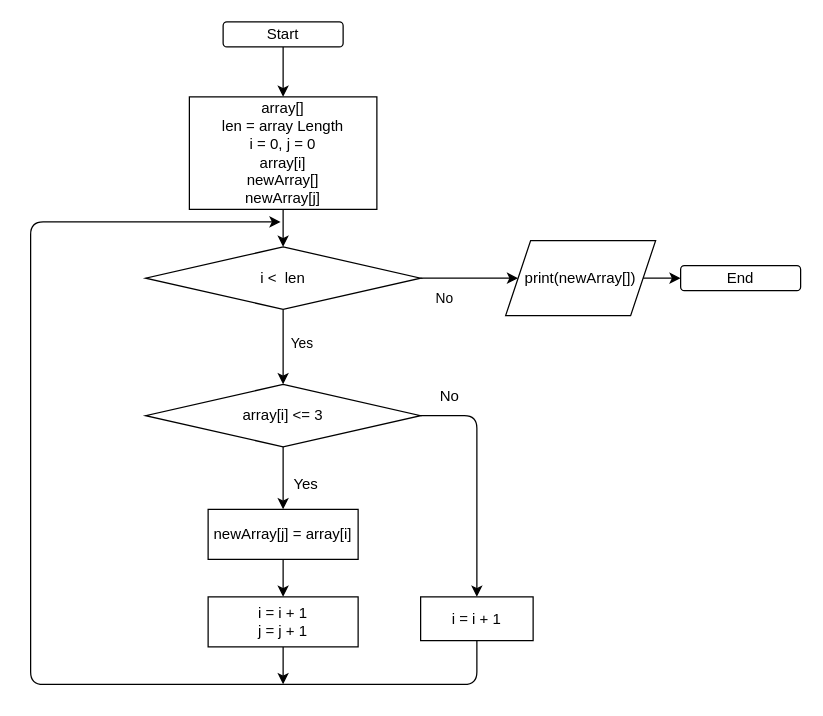
Earlier version of the draw.io diagram Test_01/test.drawio (NataliFA/TestOnSpecialization). Source tidied: cells renumbered, new cells numbered last; positions are measured from the earlier drawing's top-left corner, leaving out a move shared by most shapes. Both pictures are drawn from the tidied source at 125%, with x=0, y=0 at pixel (30, 21).
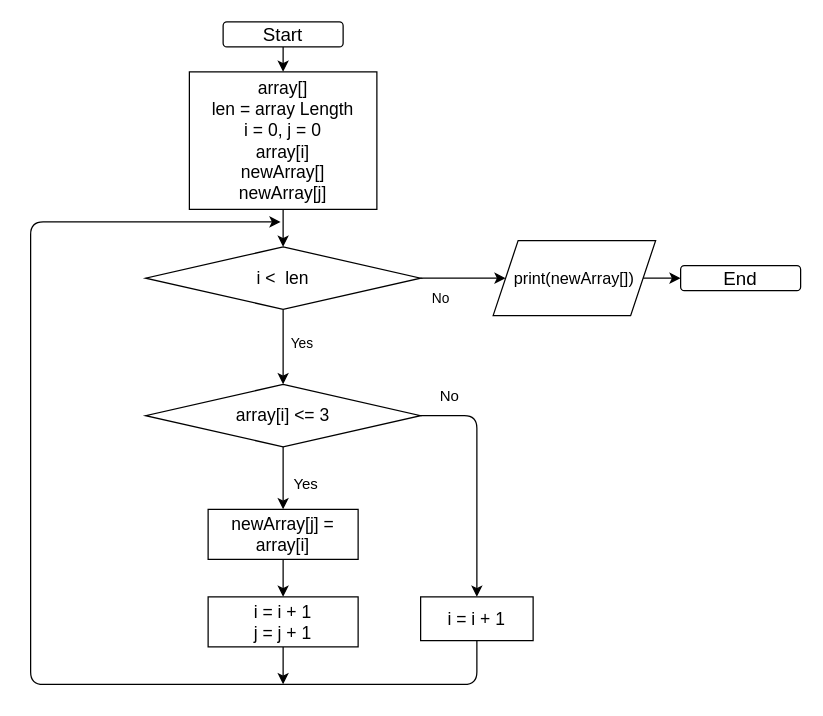
After the change.

The edit, as a diff of the source:
```diff
@@
-    <mxCell id="3" value="Start" style="rounded=1;whiteSpace=wrap;html=1;" parent="1" vertex="1">
+    <mxCell id="3" value="&lt;font style=&quot;font-size: 15px&quot;&gt;Start&lt;/font&gt;" style="rounded=1;whiteSpace=wrap;html=1;" parent="1" vertex="1">
       <mxGeometry x="154" width="96" height="20" as="geometry" />
     </mxCell>
-    <mxCell id="4" value="End" style="rounded=1;whiteSpace=wrap;html=1;" parent="1" vertex="1">
+    <mxCell id="4" value="&lt;font style=&quot;font-size: 15px&quot;&gt;End&lt;/font&gt;" style="rounded=1;whiteSpace=wrap;html=1;" parent="1" vertex="1">
       <mxGeometry x="520" y="195" width="96" height="20" as="geometry" />
     </mxCell>
@@
-    <mxCell id="6" value="array[]&lt;br&gt;len = array Length&lt;br&gt;i = 0, j&amp;nbsp;= 0&lt;br&gt;array[i]&lt;br&gt;newArray[]&lt;br&gt;newArray[j]" style="rounded=0;whiteSpace=wrap;html=1;" parent="1" vertex="1">
-      <mxGeometry x="127" y="60" width="150" height="90" as="geometry" />
+    <mxCell id="6" value="&lt;font style=&quot;font-size: 14px&quot;&gt;array[]&lt;br&gt;len = array Length&lt;br&gt;i = 0, j&amp;nbsp;= 0&lt;br&gt;array[i]&lt;br&gt;newArray[]&lt;br&gt;newArray[j]&lt;/font&gt;" style="rounded=0;whiteSpace=wrap;html=1;" parent="1" vertex="1">
+      <mxGeometry x="127" y="40" width="150" height="110" as="geometry" />
     </mxCell>
@@
-    <mxCell id="10" value="i &amp;lt;&amp;nbsp; len" style="rhombus;whiteSpace=wrap;html=1;rounded=0;" parent="1" vertex="1">
+    <mxCell id="10" value="&lt;font style=&quot;font-size: 14px&quot;&gt;i &amp;lt;&amp;nbsp; len&lt;/font&gt;" style="rhombus;whiteSpace=wrap;html=1;rounded=0;" parent="1" vertex="1">
       <mxGeometry x="92" y="180" width="220" height="50" as="geometry" />
     </mxCell>
@@
-    <mxCell id="13" value="array[i] &amp;lt;= 3" style="rhombus;whiteSpace=wrap;html=1;rounded=0;" parent="1" vertex="1">
+    <mxCell id="13" value="&lt;font style=&quot;font-size: 14px&quot;&gt;array[i] &amp;lt;= 3&lt;/font&gt;" style="rhombus;whiteSpace=wrap;html=1;rounded=0;" parent="1" vertex="1">
       <mxGeometry x="92" y="290" width="220" height="50" as="geometry" />
     </mxCell>
@@
-    <mxCell id="15" value="print(newArray[])" style="shape=parallelogram;perimeter=parallelogramPerimeter;whiteSpace=wrap;html=1;fixedSize=1;rounded=0;" parent="1" vertex="1">
-      <mxGeometry x="380" y="175" width="120" height="60" as="geometry" />
+    <mxCell id="15" value="&lt;font style=&quot;font-size: 13px&quot;&gt;print(newArray[])&lt;/font&gt;" style="shape=parallelogram;perimeter=parallelogramPerimeter;whiteSpace=wrap;html=1;fixedSize=1;rounded=0;" parent="1" vertex="1">
+      <mxGeometry x="370" y="175" width="130" height="60" as="geometry" />
     </mxCell>
@@
-    <mxCell id="18" value="newArray[j] = array[i]" style="whiteSpace=wrap;html=1;rounded=0;" parent="1" vertex="1">
+    <mxCell id="18" value="&lt;font style=&quot;font-size: 14px&quot;&gt;newArray[j] = array[i]&lt;/font&gt;" style="whiteSpace=wrap;html=1;rounded=0;" parent="1" vertex="1">
       <mxGeometry x="142" y="390" width="120" height="40" as="geometry" />
     </mxCell>
@@
-    <mxCell id="20" value="i = i + 1" style="whiteSpace=wrap;html=1;rounded=0;" parent="1" vertex="1">
+    <mxCell id="20" value="&lt;font style=&quot;font-size: 14px&quot;&gt;i = i + 1&lt;/font&gt;" style="whiteSpace=wrap;html=1;rounded=0;" parent="1" vertex="1">
       <mxGeometry x="312" y="460" width="90" height="35" as="geometry" />
     </mxCell>
@@
-    <mxCell id="24" value="i = i + 1&lt;br&gt;j = j + 1" style="rounded=0;whiteSpace=wrap;html=1;" parent="1" vertex="1">
+    <mxCell id="24" value="&lt;font style=&quot;font-size: 14px&quot;&gt;i = i + 1&lt;br&gt;j = j + 1&lt;/font&gt;" style="rounded=0;whiteSpace=wrap;html=1;" parent="1" vertex="1">
       <mxGeometry x="142" y="460" width="120" height="40" as="geometry" />
     </mxCell>
```
